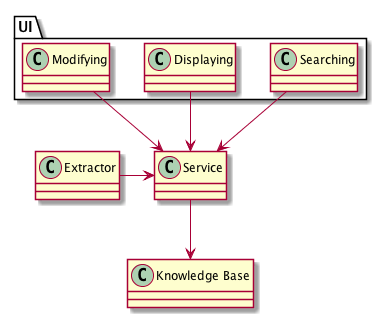
Above: sa/uml/logical-view.png in nanoix9/2019Papers (PlantUML), before the change.
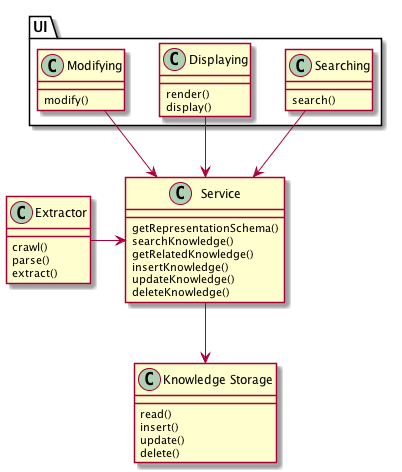
Above is the later version.

What changed in the source:
```diff
@@ -1,15 +1,40 @@
 @startuml
 
-class "Extractor" as E
+scale max 600 width
 
-class "Knowledge Base" as S
+class "Extractor" as E {
+    crawl()
+    parse()
+    extract()
+}
 
-class "Service" as Sv
+class "Knowledge Storage" as S {
+    read()
+    insert()
+    update()
+    delete()
+}
+
+class "Service" as Sv {
+    getRepresentationSchema()
+    searchKnowledge()
+    getRelatedKnowledge()
+    insertKnowledge()
+    updateKnowledge()
+    deleteKnowledge()
+}
 
 package "UI" as UI {
-    class Searching
-    class Displaying
-    class Modifying
+    class Searching {
+        search()
+    }
+    class Displaying {
+        render()
+        display()
+    }
+    class Modifying {
+        modify()
+    }
 
 }
 
```
